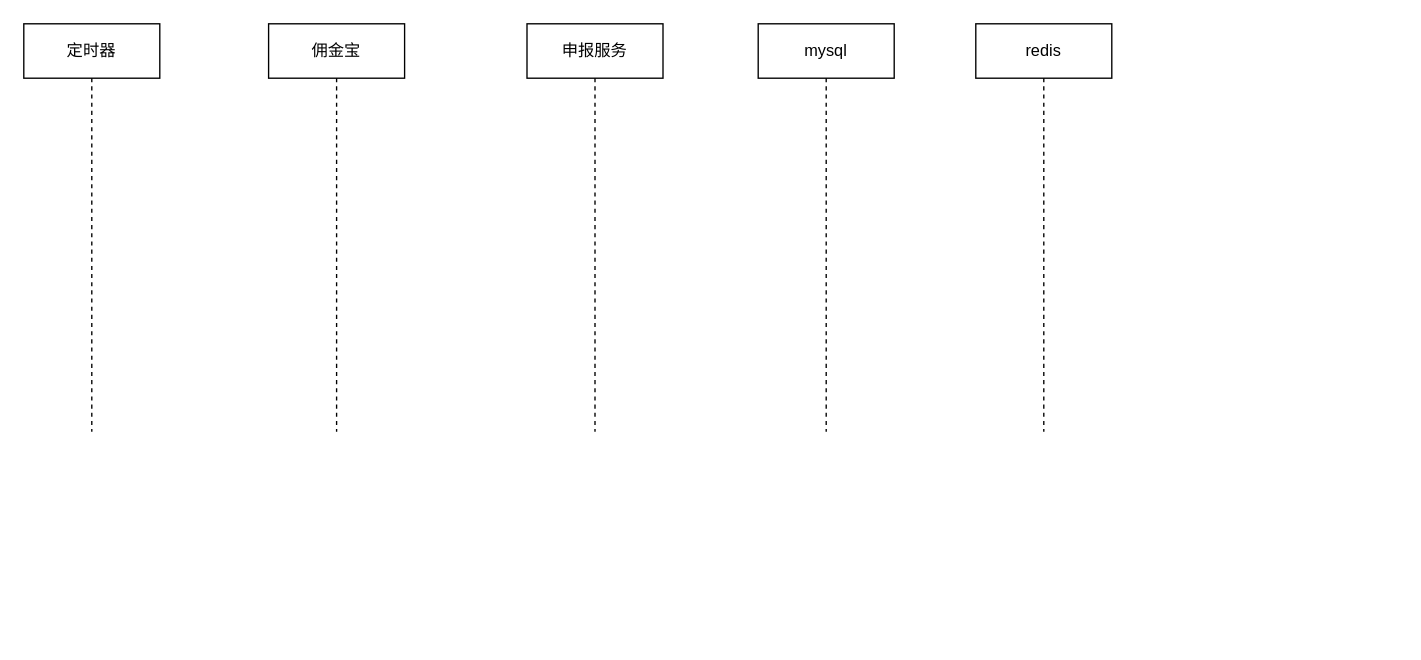
The draw.io diagram declare-2.0.drawio in zhuobinchan/my_drow_io, before the edit. Source tidied: cells renumbered, new cells numbered last; positions are measured from the earlier drawing's top-left corner, leaving out a move shared by most shapes. Both pictures are drawn from the tidied source at 136%, with x=0, y=0 at pixel (23, 23).
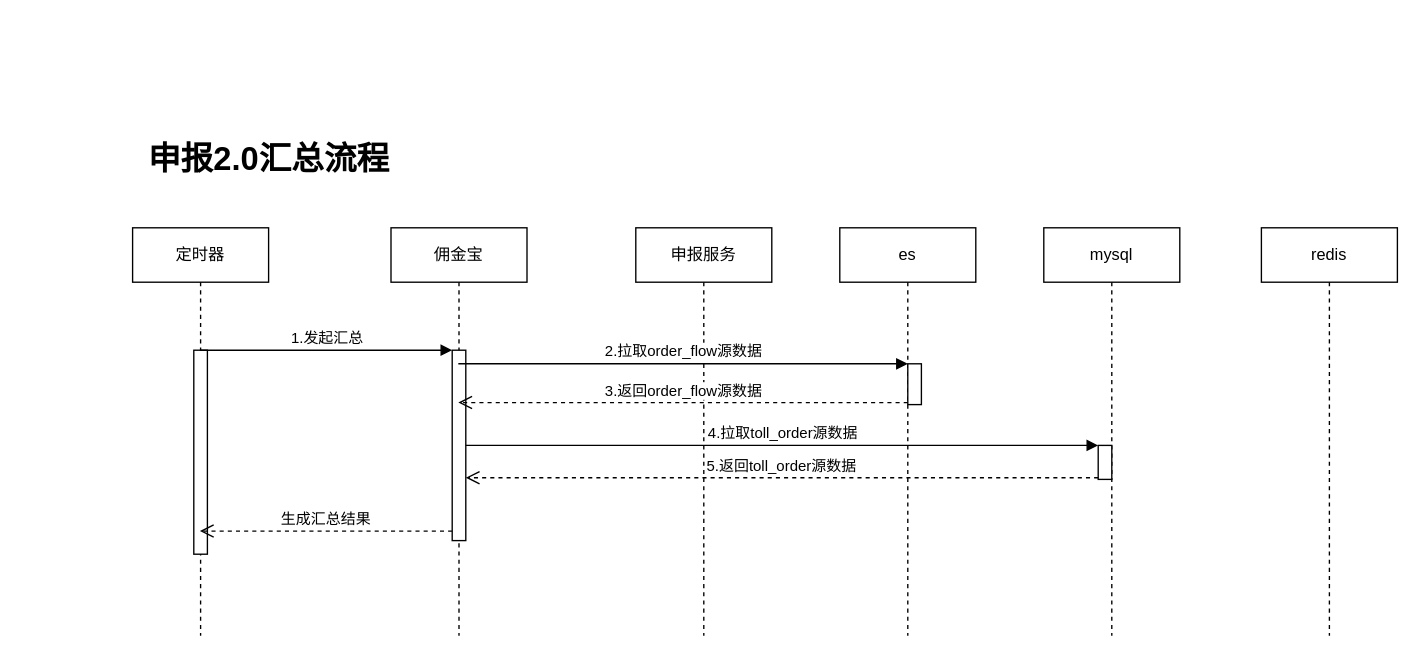
After the change.

The edit, as a diff of the source:
```diff
@@
 <mxGraphModel>
   <root>
     <mxCell id="0" />
     <mxCell id="1" parent="0" />
     <mxCell id="2" value="定时器" style="shape=umlLifeline;perimeter=lifelinePerimeter;whiteSpace=wrap;html=1;outlineConnect=0;" parent="1" vertex="1">
-      <mxGeometry width="100" height="300" as="geometry" />
+      <mxGeometry x="80" y="150" width="100" height="300" as="geometry" />
     </mxCell>
+    <mxCell id="7" style="html=1;perimeter=orthogonalPerimeter;" parent="2" vertex="1">
+      <mxGeometry x="45" y="90" width="10" height="150" as="geometry" />
+    </mxCell>
     <mxCell id="3" value="佣金宝" style="shape=umlLifeline;perimeter=lifelinePerimeter;whiteSpace=wrap;html=1;outlineConnect=0;" parent="1" vertex="1">
-      <mxGeometry x="180" width="100" height="300" as="geometry" />
+      <mxGeometry x="270" y="150" width="100" height="300" as="geometry" />
     </mxCell>
+    <mxCell id="8" style="html=1;points=[];perimeter=orthogonalPerimeter;" parent="3" vertex="1">
+      <mxGeometry x="45" y="90" width="10" height="140" as="geometry" />
+    </mxCell>
     <mxCell id="4" value="申报服务" style="shape=umlLifeline;perimeter=lifelinePerimeter;whiteSpace=wrap;html=1;" parent="1" vertex="1">
-      <mxGeometry x="370" width="100" height="300" as="geometry" />
+      <mxGeometry x="450" y="150" width="100" height="300" as="geometry" />
     </mxCell>
     <mxCell id="5" value="mysql" style="shape=umlLifeline;perimeter=lifelinePerimeter;whiteSpace=wrap;html=1;" parent="1" vertex="1">
-      <mxGeometry x="540" width="100" height="300" as="geometry" />
+      <mxGeometry x="750" y="150" width="100" height="300" as="geometry" />
     </mxCell>
+    <mxCell id="9" style="html=1;points=[];perimeter=orthogonalPerimeter;" parent="5" vertex="1">
+      <mxGeometry x="40" y="160" width="10" height="25" as="geometry" />
+    </mxCell>
     <mxCell id="6" value="redis" style="shape=umlLifeline;perimeter=lifelinePerimeter;whiteSpace=wrap;html=1;" parent="1" vertex="1">
-      <mxGeometry x="700" width="100" height="300" as="geometry" />
+      <mxGeometry x="910" y="150" width="100" height="300" as="geometry" />
     </mxCell>
+    <mxCell id="10" value="申报2.0汇总流程" style="text;strokeColor=none;fillColor=none;html=1;fontSize=24;fontStyle=1;verticalAlign=middle;align=center;" parent="1" vertex="1">
+      <mxGeometry x="80" y="80" width="200" height="40" as="geometry" />
+    </mxCell>
+    <mxCell id="11" value="es" style="shape=umlLifeline;perimeter=lifelinePerimeter;whiteSpace=wrap;html=1;" parent="1" vertex="1">
+      <mxGeometry x="600" y="150" width="100" height="300" as="geometry" />
+    </mxCell>
+    <mxCell id="12" style="html=1;points=[];perimeter=orthogonalPerimeter;" parent="11" vertex="1">
+      <mxGeometry x="50" y="100" width="10" height="30" as="geometry" />
+    </mxCell>
+    <mxCell id="13" value="1.发起汇总" style="html=1;verticalAlign=bottom;endArrow=block;entryX=0;entryY=0;" parent="1" edge="1" source="2" target="8">
+      <mxGeometry relative="1" as="geometry" />
+    </mxCell>
+    <mxCell id="14" value="生成汇总结果" style="html=1;verticalAlign=bottom;endArrow=open;dashed=1;endSize=8;exitX=0;exitY=0.95;" parent="1" edge="1" source="8" target="2">
+      <mxGeometry relative="1" as="geometry" />
+    </mxCell>
+    <mxCell id="15" value="3.返回order_flow源数据" style="html=1;verticalAlign=bottom;endArrow=open;dashed=1;endSize=8;exitX=0;exitY=0.95;" parent="1" edge="1" source="12" target="3">
+      <mxGeometry relative="1" as="geometry" />
+    </mxCell>
+    <mxCell id="16" value="2.拉取order_flow源数据" style="html=1;verticalAlign=bottom;endArrow=block;entryX=0;entryY=0;" parent="1" edge="1" source="3" target="12">
+      <mxGeometry relative="1" as="geometry" />
+    </mxCell>
+    <mxCell id="17" value="5.返回toll_order源数据" style="html=1;verticalAlign=bottom;endArrow=open;dashed=1;endSize=8;exitX=0;exitY=0.95;" parent="1" edge="1" source="9" target="8">
+      <mxGeometry relative="1" as="geometry" />
+    </mxCell>
+    <mxCell id="18" value="4.拉取toll_order源数据" style="html=1;verticalAlign=bottom;endArrow=block;entryX=0;entryY=0;" parent="1" edge="1" source="8" target="9">
+      <mxGeometry relative="1" as="geometry" />
+    </mxCell>
   </root>
 </mxGraphModel>
```
